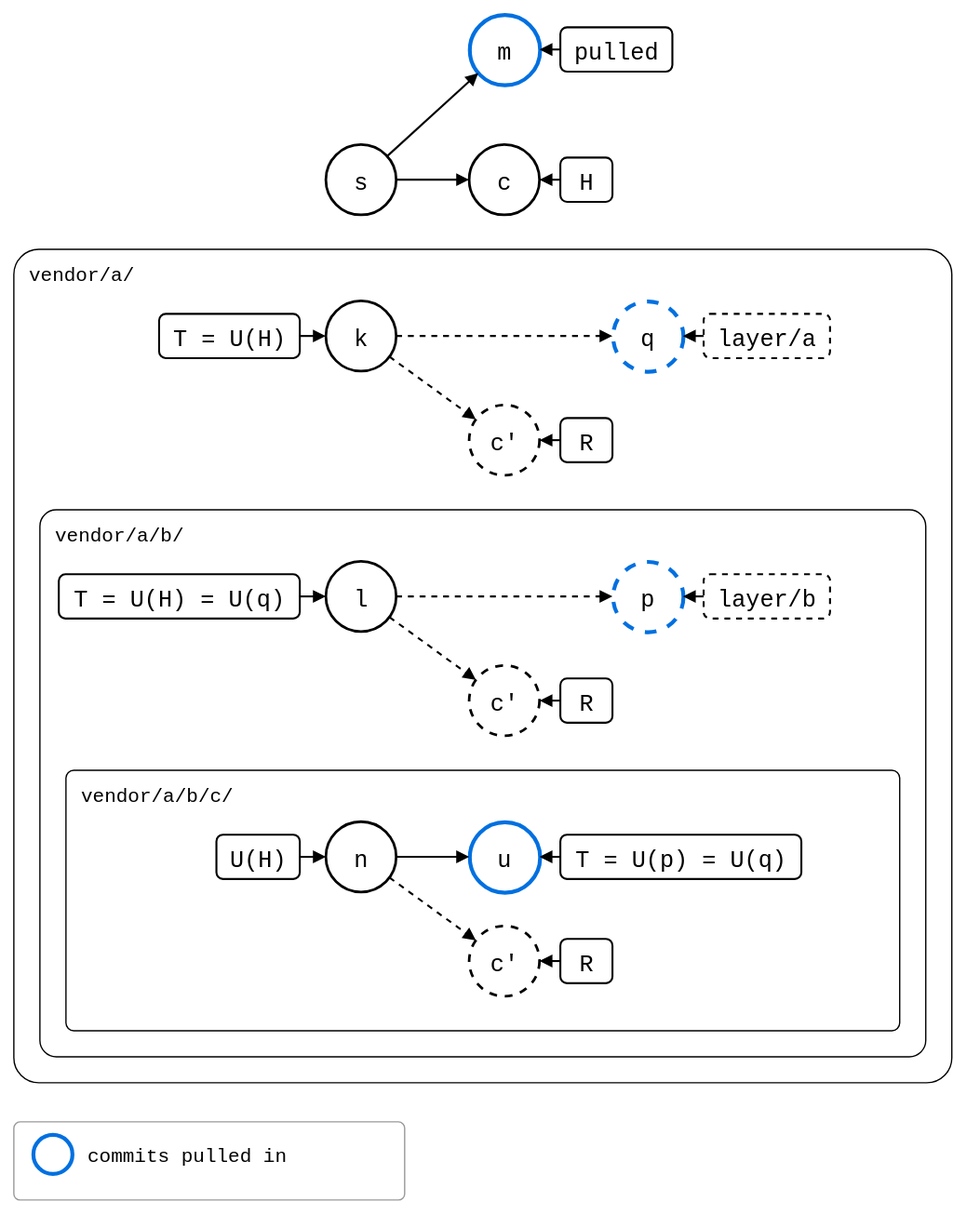
This is docs/09-scenarios/05-nested-splices/01-nested-splices/02-three-levels/rebased-pulled-into-monorepo.drawio.svg from roschaefer/git-splice, a draw.io export, as it was before one commit. Source tidied: cells renumbered, new cells last; positions are measured from the earlier drawing's top-left corner, leaving out a move shared by most shapes. The source it was exported from:
```xml
<mxGraphModel background="#ffffff">
  <root>
    <mxCell id="0" />
    <mxCell id="1" parent="0" />
    <mxCell id="2" value="vendor/a/" style="rounded=1;arcSize=3;fillColor=none;strokeWidth=1;fontSize=15;verticalAlign=top;align=left;spacingLeft=10;spacingTop=4;fontFamily=Roboto Mono,monospace;" parent="1" vertex="1">
      <mxGeometry y="180" width="720" height="640" as="geometry" />
    </mxCell>
    <mxCell id="3" value="vendor/a/b/" style="rounded=1;arcSize=3;fillColor=none;strokeWidth=1;fontSize=15;verticalAlign=top;align=left;spacingLeft=10;spacingTop=4;fontFamily=Roboto Mono,monospace;" parent="1" vertex="1">
      <mxGeometry x="20" y="380" width="680" height="420" as="geometry" />
    </mxCell>
    <mxCell id="4" value="vendor/a/b/c/" style="rounded=1;arcSize=3;fillColor=none;strokeWidth=1;fontSize=15;verticalAlign=top;align=left;spacingLeft=10;spacingTop=4;fontFamily=Roboto Mono,monospace;" parent="1" vertex="1">
      <mxGeometry x="40" y="580" width="640" height="200" as="geometry" />
    </mxCell>
    <mxCell id="5" value="s" style="ellipse;strokeWidth=2;fontSize=18;fontFamily=Roboto Mono,monospace;" parent="1" vertex="1">
      <mxGeometry x="240" y="100" width="54" height="54" as="geometry" />
    </mxCell>
    <mxCell id="6" value="c" style="ellipse;strokeWidth=2;fontSize=18;fontFamily=Roboto Mono,monospace;" parent="1" vertex="1">
      <mxGeometry x="350" y="100" width="54" height="54" as="geometry" />
    </mxCell>
    <mxCell id="7" style="endArrow=block;endFill=1;html=1;strokeWidth=1.5;rounded=0;" parent="1" edge="1" source="5" target="6">
      <mxGeometry relative="1" as="geometry" />
    </mxCell>
    <mxCell id="8" value="H" style="rounded=1;strokeWidth=1.5;fontSize=18;fontFamily=Roboto Mono,monospace;" parent="1" vertex="1">
      <mxGeometry x="420" y="110" width="40" height="34" as="geometry" />
    </mxCell>
    <mxCell id="9" style="endArrow=block;endFill=1;html=1;strokeWidth=1.5;rounded=0;" parent="1" edge="1" source="8" target="6">
      <mxGeometry relative="1" as="geometry" />
    </mxCell>
    <mxCell id="10" value="m" style="ellipse;strokeWidth=2;fontSize=18;fontFamily=Roboto Mono,monospace;strokeColor=#0070E0;strokeWidth=3;" parent="1" vertex="1">
      <mxGeometry x="350" width="54" height="54" as="geometry" />
    </mxCell>
    <mxCell id="11" style="endArrow=block;endFill=1;html=1;strokeWidth=1.5;rounded=0;" parent="1" edge="1" source="5" target="10">
      <mxGeometry relative="1" as="geometry" />
    </mxCell>
    <mxCell id="12" value="pulled" style="rounded=1;strokeWidth=1.5;fontSize=18;fontFamily=Roboto Mono,monospace;" parent="1" vertex="1">
      <mxGeometry x="420" y="10" width="86" height="34" as="geometry" />
    </mxCell>
    <mxCell id="13" style="endArrow=block;endFill=1;html=1;strokeWidth=1.5;rounded=0;" parent="1" edge="1" source="12" target="10">
      <mxGeometry relative="1" as="geometry" />
    </mxCell>
    <mxCell id="14" value="k" style="ellipse;strokeWidth=2;fontSize=18;fontFamily=Roboto Mono,monospace;" parent="1" vertex="1">
      <mxGeometry x="240" y="220" width="54" height="54" as="geometry" />
    </mxCell>
    <mxCell id="15" value="c'" style="ellipse;strokeWidth=2;fontSize=18;fontFamily=Roboto Mono,monospace;dashed=1;" parent="1" vertex="1">
      <mxGeometry x="350" y="300" width="54" height="54" as="geometry" />
    </mxCell>
    <mxCell id="16" style="endArrow=block;endFill=1;html=1;strokeWidth=1.5;rounded=0;dashed=1;" parent="1" edge="1" source="14" target="15">
      <mxGeometry relative="1" as="geometry" />
    </mxCell>
    <mxCell id="17" value="T = U(H)" style="rounded=1;strokeWidth=1.5;fontSize=18;fontFamily=Roboto Mono,monospace;" parent="1" vertex="1">
      <mxGeometry x="112" y="230" width="108" height="34" as="geometry" />
    </mxCell>
    <mxCell id="18" style="endArrow=block;endFill=1;html=1;strokeWidth=1.5;rounded=0;" parent="1" edge="1" source="17" target="14">
      <mxGeometry relative="1" as="geometry" />
    </mxCell>
    <mxCell id="19" value="R" style="rounded=1;strokeWidth=1.5;fontSize=18;fontFamily=Roboto Mono,monospace;" parent="1" vertex="1">
      <mxGeometry x="420" y="310" width="40" height="34" as="geometry" />
    </mxCell>
    <mxCell id="20" style="endArrow=block;endFill=1;html=1;strokeWidth=1.5;rounded=0;" parent="1" edge="1" source="19" target="15">
      <mxGeometry relative="1" as="geometry" />
    </mxCell>
    <mxCell id="21" value="l" style="ellipse;strokeWidth=2;fontSize=18;fontFamily=Roboto Mono,monospace;" parent="1" vertex="1">
      <mxGeometry x="240" y="420" width="54" height="54" as="geometry" />
    </mxCell>
    <mxCell id="22" value="c'" style="ellipse;strokeWidth=2;fontSize=18;fontFamily=Roboto Mono,monospace;dashed=1;" parent="1" vertex="1">
      <mxGeometry x="350" y="500" width="54" height="54" as="geometry" />
    </mxCell>
    <mxCell id="23" style="endArrow=block;endFill=1;html=1;strokeWidth=1.5;rounded=0;dashed=1;" parent="1" edge="1" source="21" target="22">
      <mxGeometry relative="1" as="geometry" />
    </mxCell>
    <mxCell id="24" value="T = U(H) = U(q)" style="rounded=1;strokeWidth=1.5;fontSize=18;fontFamily=Roboto Mono,monospace;" parent="1" vertex="1">
      <mxGeometry x="35" y="430" width="185" height="34" as="geometry" />
    </mxCell>
    <mxCell id="25" style="endArrow=block;endFill=1;html=1;strokeWidth=1.5;rounded=0;" parent="1" edge="1" source="24" target="21">
      <mxGeometry relative="1" as="geometry" />
    </mxCell>
    <mxCell id="26" value="R" style="rounded=1;strokeWidth=1.5;fontSize=18;fontFamily=Roboto Mono,monospace;" parent="1" vertex="1">
      <mxGeometry x="420" y="510" width="40" height="34" as="geometry" />
    </mxCell>
    <mxCell id="27" style="endArrow=block;endFill=1;html=1;strokeWidth=1.5;rounded=0;" parent="1" edge="1" source="26" target="22">
      <mxGeometry relative="1" as="geometry" />
    </mxCell>
    <mxCell id="28" value="p" style="ellipse;strokeWidth=2;fontSize=18;fontFamily=Roboto Mono,monospace;dashed=1;strokeColor=#0070E0;strokeWidth=3;" parent="1" vertex="1">
      <mxGeometry x="460" y="420" width="54" height="54" as="geometry" />
    </mxCell>
    <mxCell id="29" style="endArrow=block;endFill=1;html=1;strokeWidth=1.5;rounded=0;dashed=1;" parent="1" edge="1" source="21" target="28">
      <mxGeometry relative="1" as="geometry" />
    </mxCell>
    <mxCell id="30" value="layer/b" style="rounded=1;strokeWidth=1.5;fontSize=18;fontFamily=Roboto Mono,monospace;dashed=1;" parent="1" vertex="1">
      <mxGeometry x="530" y="430" width="97" height="34" as="geometry" />
    </mxCell>
    <mxCell id="31" style="endArrow=block;endFill=1;html=1;strokeWidth=1.5;rounded=0;" parent="1" edge="1" source="30" target="28">
      <mxGeometry relative="1" as="geometry" />
    </mxCell>
    <mxCell id="32" value="n" style="ellipse;strokeWidth=2;fontSize=18;fontFamily=Roboto Mono,monospace;" parent="1" vertex="1">
      <mxGeometry x="240" y="620" width="54" height="54" as="geometry" />
    </mxCell>
    <mxCell id="33" value="u" style="ellipse;strokeWidth=2;fontSize=18;fontFamily=Roboto Mono,monospace;strokeColor=#0070E0;strokeWidth=3;" parent="1" vertex="1">
      <mxGeometry x="350" y="620" width="54" height="54" as="geometry" />
    </mxCell>
    <mxCell id="34" style="endArrow=block;endFill=1;html=1;strokeWidth=1.5;rounded=0;" parent="1" edge="1" source="32" target="33">
      <mxGeometry relative="1" as="geometry" />
    </mxCell>
    <mxCell id="35" value="c'" style="ellipse;strokeWidth=2;fontSize=18;fontFamily=Roboto Mono,monospace;dashed=1;" parent="1" vertex="1">
      <mxGeometry x="350" y="700" width="54" height="54" as="geometry" />
    </mxCell>
    <mxCell id="36" style="endArrow=block;endFill=1;html=1;strokeWidth=1.5;rounded=0;dashed=1;" parent="1" edge="1" source="32" target="35">
      <mxGeometry relative="1" as="geometry" />
    </mxCell>
    <mxCell id="37" value="U(H)" style="rounded=1;strokeWidth=1.5;fontSize=18;fontFamily=Roboto Mono,monospace;" parent="1" vertex="1">
      <mxGeometry x="156" y="630" width="64" height="34" as="geometry" />
    </mxCell>
    <mxCell id="38" style="endArrow=block;endFill=1;html=1;strokeWidth=1.5;rounded=0;" parent="1" edge="1" source="37" target="32">
      <mxGeometry relative="1" as="geometry" />
    </mxCell>
    <mxCell id="39" value="T = U(p) = U(q)" style="rounded=1;strokeWidth=1.5;fontSize=18;fontFamily=Roboto Mono,monospace;" parent="1" vertex="1">
      <mxGeometry x="420" y="630" width="185" height="34" as="geometry" />
    </mxCell>
    <mxCell id="40" style="endArrow=block;endFill=1;html=1;strokeWidth=1.5;rounded=0;" parent="1" edge="1" source="39" target="33">
      <mxGeometry relative="1" as="geometry" />
    </mxCell>
    <mxCell id="41" value="R" style="rounded=1;strokeWidth=1.5;fontSize=18;fontFamily=Roboto Mono,monospace;" parent="1" vertex="1">
      <mxGeometry x="420" y="710" width="40" height="34" as="geometry" />
    </mxCell>
    <mxCell id="42" style="endArrow=block;endFill=1;html=1;strokeWidth=1.5;rounded=0;" parent="1" edge="1" source="41" target="35">
      <mxGeometry relative="1" as="geometry" />
    </mxCell>
    <mxCell id="43" value="q" style="ellipse;strokeWidth=2;fontSize=18;fontFamily=Roboto Mono,monospace;dashed=1;strokeColor=#0070E0;strokeWidth=3;" parent="1" vertex="1">
      <mxGeometry x="460" y="220" width="54" height="54" as="geometry" />
    </mxCell>
    <mxCell id="44" style="endArrow=block;endFill=1;html=1;strokeWidth=1.5;rounded=0;dashed=1;" parent="1" edge="1" source="14" target="43">
      <mxGeometry relative="1" as="geometry" />
    </mxCell>
    <mxCell id="45" value="layer/a" style="rounded=1;strokeWidth=1.5;fontSize=18;fontFamily=Roboto Mono,monospace;dashed=1;" parent="1" vertex="1">
      <mxGeometry x="530" y="230" width="97" height="34" as="geometry" />
    </mxCell>
    <mxCell id="46" style="endArrow=block;endFill=1;html=1;strokeWidth=1.5;rounded=0;" parent="1" edge="1" source="45" target="43">
      <mxGeometry relative="1" as="geometry" />
    </mxCell>
    <mxCell id="47" style="rounded=1;arcSize=8;fillColor=none;strokeColor=#999999;strokeWidth=1;legend=1;" parent="1" vertex="1">
      <mxGeometry y="850" width="300" height="60" as="geometry" />
    </mxCell>
    <mxCell id="48" style="ellipse;fontSize=13;fontFamily=Roboto Mono,monospace;strokeColor=#0070E0;strokeWidth=3;" parent="47" vertex="1">
      <mxGeometry x="15" y="10" width="30" height="30" as="geometry" />
    </mxCell>
    <mxCell id="49" value="commits pulled in" style="text;align=left;verticalAlign=middle;fontSize=15;fontFamily=Roboto Mono,monospace;" parent="47" vertex="1">
      <mxGeometry x="55" y="10" width="240" height="30" as="geometry" />
    </mxCell>
  </root>
</mxGraphModel>
```
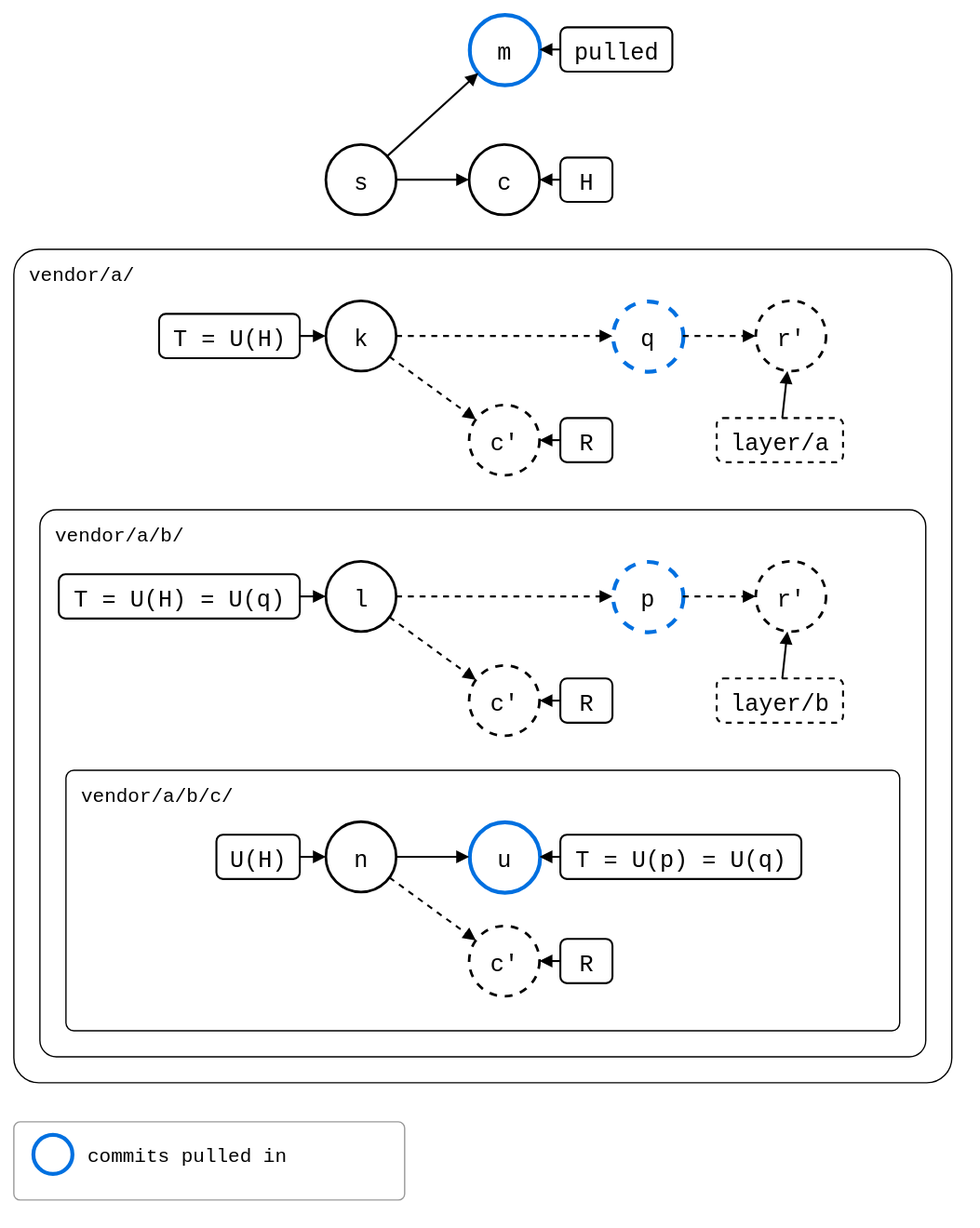
Above is the later version.

What changed in the source:
```diff
@@ -87,9 +87,9 @@
       <mxGeometry relative="1" as="geometry" />
     </mxCell>
     <mxCell id="30" value="layer/b" style="rounded=1;strokeWidth=1.5;fontSize=18;fontFamily=Roboto Mono,monospace;dashed=1;" parent="1" vertex="1">
-      <mxGeometry x="530" y="430" width="97" height="34" as="geometry" />
+      <mxGeometry x="540" y="510" width="97" height="34" as="geometry" />
     </mxCell>
-    <mxCell id="31" style="endArrow=block;endFill=1;html=1;strokeWidth=1.5;rounded=0;" parent="1" edge="1" source="30" target="28">
+    <mxCell id="31" style="endArrow=block;endFill=1;html=1;strokeWidth=1.5;rounded=0;" parent="1" edge="1" source="30" target="50">
       <mxGeometry relative="1" as="geometry" />
     </mxCell>
     <mxCell id="32" value="n" style="ellipse;strokeWidth=2;fontSize=18;fontFamily=Roboto Mono,monospace;" parent="1" vertex="1">
@@ -132,9 +132,9 @@
       <mxGeometry relative="1" as="geometry" />
     </mxCell>
     <mxCell id="45" value="layer/a" style="rounded=1;strokeWidth=1.5;fontSize=18;fontFamily=Roboto Mono,monospace;dashed=1;" parent="1" vertex="1">
-      <mxGeometry x="530" y="230" width="97" height="34" as="geometry" />
+      <mxGeometry x="540" y="310" width="97" height="34" as="geometry" />
     </mxCell>
-    <mxCell id="46" style="endArrow=block;endFill=1;html=1;strokeWidth=1.5;rounded=0;" parent="1" edge="1" source="45" target="43">
+    <mxCell id="46" style="endArrow=block;endFill=1;html=1;strokeWidth=1.5;rounded=0;" parent="1" edge="1" source="45" target="52">
       <mxGeometry relative="1" as="geometry" />
     </mxCell>
     <mxCell id="47" style="rounded=1;arcSize=8;fillColor=none;strokeColor=#999999;strokeWidth=1;legend=1;" parent="1" vertex="1">
@@ -146,5 +146,17 @@
     <mxCell id="49" value="commits pulled in" style="text;align=left;verticalAlign=middle;fontSize=15;fontFamily=Roboto Mono,monospace;" parent="47" vertex="1">
       <mxGeometry x="55" y="10" width="240" height="30" as="geometry" />
     </mxCell>
+    <mxCell id="50" value="r'" style="ellipse;strokeWidth=2;fontSize=18;fontFamily=Roboto Mono,monospace;dashed=1;" parent="1" vertex="1">
+      <mxGeometry x="570" y="420" width="54" height="54" as="geometry" />
+    </mxCell>
+    <mxCell id="51" style="endArrow=block;endFill=1;html=1;strokeWidth=1.5;rounded=0;dashed=1;" parent="1" edge="1" source="28" target="50">
+      <mxGeometry relative="1" as="geometry" />
+    </mxCell>
+    <mxCell id="52" value="r'" style="ellipse;strokeWidth=2;fontSize=18;fontFamily=Roboto Mono,monospace;dashed=1;" parent="1" vertex="1">
+      <mxGeometry x="570" y="220" width="54" height="54" as="geometry" />
+    </mxCell>
+    <mxCell id="53" style="endArrow=block;endFill=1;html=1;strokeWidth=1.5;rounded=0;dashed=1;" parent="1" edge="1" source="43" target="52">
+      <mxGeometry relative="1" as="geometry" />
+    </mxCell>
   </root>
 </mxGraphModel>
```
